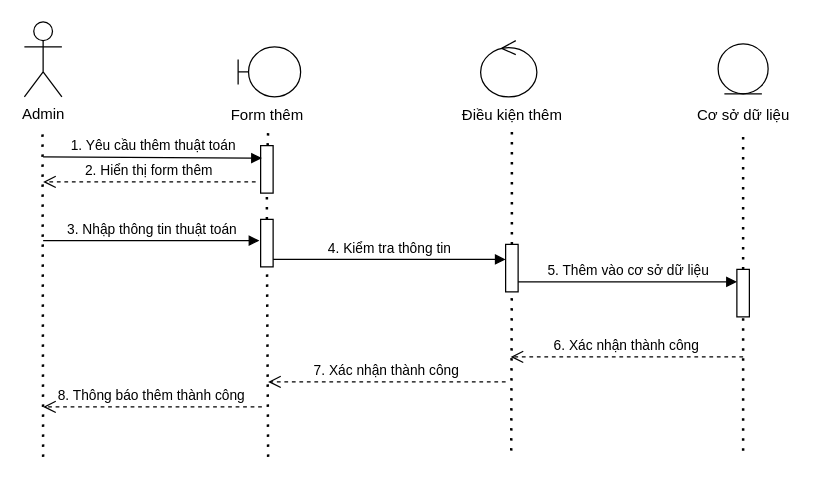
Earlier version of the draw.io diagram addRepairUnit.drawio (lesongvi/dhelpproject). Source tidied: cells renumbered, new cells numbered last; positions are measured from the earlier drawing's top-left corner, leaving out a move shared by most shapes. Both pictures are drawn from the tidied source at 125%, with x=0, y=0 at pixel (24, 21).
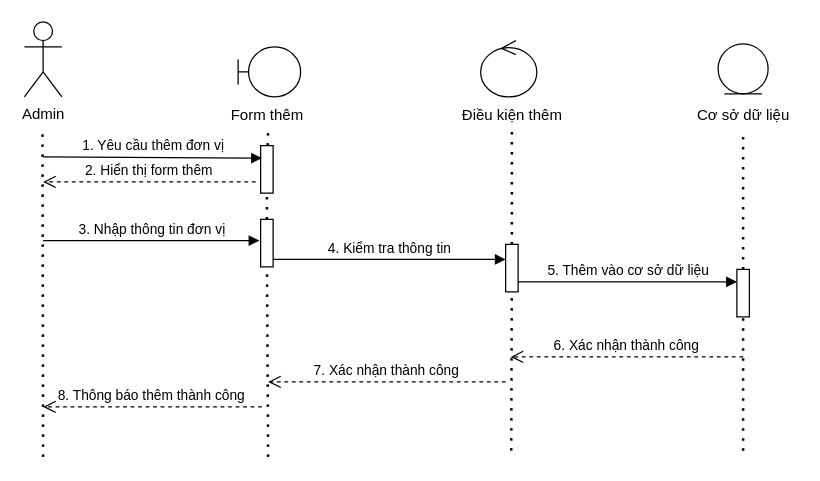
The same page after the edit.

The change refers to these unchanged cells:
```xml
<mxCell id="6" style="verticalLabelPosition=bottom;verticalAlign=top;html=1;shape=mxgraph.basic.rect;fillColor2=none;strokeWidth=1;size=20;indent=5;" parent="1" vertex="1">
  <mxGeometry x="189" y="99" width="10" height="38" as="geometry" />
</mxCell>
<mxCell id="11" style="verticalLabelPosition=bottom;verticalAlign=top;html=1;shape=mxgraph.basic.rect;fillColor2=none;strokeWidth=1;size=20;indent=5;" parent="1" vertex="1">
  <mxGeometry x="189" y="158" width="10" height="38" as="geometry" />
</mxCell>
```

What changed in the source:
```diff
@@
-    <mxCell id="9" value="1. Yêu cầu thêm thuật toán" style="html=1;verticalAlign=bottom;endArrow=block;rounded=0;entryX=0.1;entryY=0.263;entryDx=0;entryDy=0;entryPerimeter=0;" parent="1" edge="1" target="6">
+    <mxCell id="9" value="1. Yêu cầu thêm đơn vị" style="html=1;verticalAlign=bottom;endArrow=block;rounded=0;entryX=0.1;entryY=0.263;entryDx=0;entryDy=0;entryPerimeter=0;" parent="1" edge="1" target="6">
       <mxGeometry relative="1" as="geometry">
         <mxPoint x="15" y="108" as="sourcePoint" />
       </mxGeometry>
     </mxCell>
@@
-    <mxCell id="13" value="3. Nhập thông tin thuật toán" style="html=1;verticalAlign=bottom;endArrow=block;rounded=0;entryX=-0.1;entryY=0.447;entryDx=0;entryDy=0;entryPerimeter=0;" parent="1" edge="1" target="11">
+    <mxCell id="13" value="3. Nhập thông tin đơn vị" style="html=1;verticalAlign=bottom;endArrow=block;rounded=0;entryX=-0.1;entryY=0.447;entryDx=0;entryDy=0;entryPerimeter=0;" parent="1" edge="1" target="11">
       <mxGeometry relative="1" as="geometry">
         <mxPoint x="15" y="175" as="sourcePoint" />
       </mxGeometry>
     </mxCell>
```
